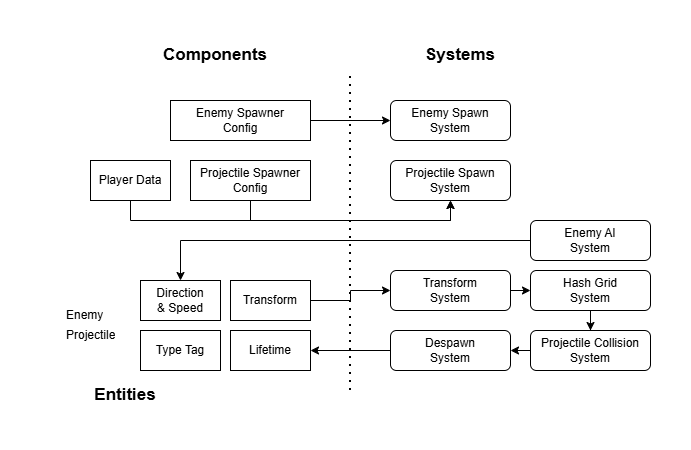
Before: architecture-diagram.png, a diagram exported from draw.io (jarnik/dots-swarm-survivor). Source tidied: cells renumbered, new cells last; positions are measured from the earlier drawing's top-left corner, leaving out a move shared by most shapes.
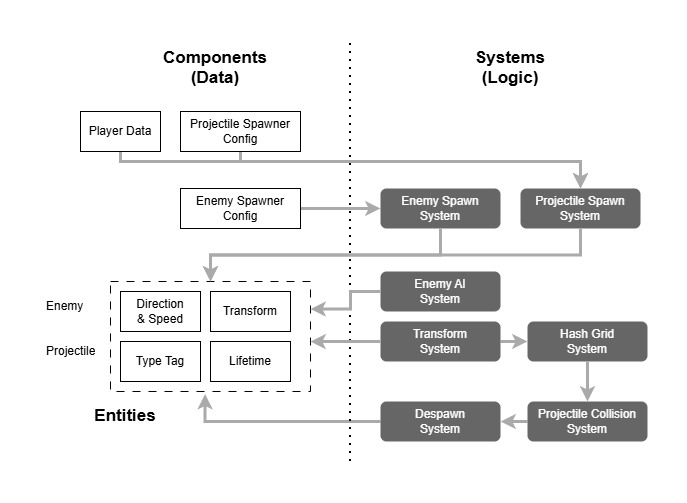
The same file after the commit.

Change to the diagram source:
```diff
@@ -2,109 +2,126 @@
   <root>
     <mxCell id="0" />
     <mxCell id="1" parent="0" />
+    <mxCell id="31" style="rounded=0;whiteSpace=wrap;html=1;dashed=1;dashPattern=8 8;" parent="1" vertex="1">
+      <mxGeometry x="80" y="230" width="200" height="110" as="geometry" />
+    </mxCell>
-    <mxCell id="2" style="edgeStyle=orthogonalEdgeStyle;rounded=0;jettySize=auto;html=1;exitX=0.5;exitY=1;exitDx=0;exitDy=0;entryX=0.5;entryY=1;entryDx=0;entryDy=0;" parent="1" edge="1" source="3" target="22">
+    <mxCell id="2" style="edgeStyle=orthogonalEdgeStyle;rounded=0;jettySize=auto;html=1;exitX=0.5;exitY=1;exitDx=0;exitDy=0;entryX=0.5;entryY=0;entryDx=0;entryDy=0;strokeWidth=3;strokeColor=#AAAAAA;shape=filledEdge;" parent="1" edge="1" source="3" target="22">
       <mxGeometry relative="1" as="geometry">
         <Array as="points">
-          <mxPoint x="90" y="180" />
-          <mxPoint x="410" y="180" />
+          <mxPoint x="90" y="110" />
+          <mxPoint x="550" y="110" />
         </Array>
       </mxGeometry>
     </mxCell>
     <mxCell id="3" value="Player Data" style="rounded=0;whiteSpace=wrap;html=1;" parent="1" vertex="1">
-      <mxGeometry x="50" y="120" width="80" height="40" as="geometry" />
+      <mxGeometry x="50" y="60" width="80" height="40" as="geometry" />
     </mxCell>
-    <mxCell id="4" value="Components" style="text;strokeColor=none;fillColor=none;align=center;verticalAlign=middle;spacingLeft=4;spacingRight=4;overflow=hidden;whiteSpace=wrap;html=1;fontStyle=1;fontSize=17;" parent="1" vertex="1">
-      <mxGeometry x="90" width="170" height="30" as="geometry" />
+    <mxCell id="4" value="Components&lt;div&gt;(Data)&lt;/div&gt;" style="text;strokeColor=none;fillColor=none;align=center;verticalAlign=top;spacingLeft=4;spacingRight=4;overflow=hidden;whiteSpace=wrap;html=1;fontStyle=1;fontSize=17;" parent="1" vertex="1">
+      <mxGeometry x="100" y="-10" width="170" height="50" as="geometry" />
     </mxCell>
-    <mxCell id="5" value="Systems" style="text;strokeColor=none;fillColor=none;align=center;verticalAlign=middle;spacingLeft=4;spacingRight=4;overflow=hidden;whiteSpace=wrap;html=1;fontStyle=1;fontSize=17;" parent="1" vertex="1">
-      <mxGeometry x="380" width="80" height="30" as="geometry" />
+    <mxCell id="5" value="Systems&lt;div&gt;(Logic)&lt;/div&gt;" style="text;strokeColor=none;fillColor=none;align=center;verticalAlign=top;spacingLeft=4;spacingRight=4;overflow=hidden;whiteSpace=wrap;html=1;fontStyle=1;fontSize=17;" parent="1" vertex="1">
+      <mxGeometry x="440" y="-10" width="80" height="50" as="geometry" />
     </mxCell>
-    <mxCell id="6" style="edgeStyle=orthogonalEdgeStyle;rounded=0;jettySize=auto;html=1;entryX=0;entryY=0.5;entryDx=0;entryDy=0;" parent="1" edge="1" source="7" target="17">
-      <mxGeometry relative="1" as="geometry" />
+    <mxCell id="6" style="edgeStyle=orthogonalEdgeStyle;rounded=0;jettySize=auto;html=1;entryX=0;entryY=0.5;entryDx=0;entryDy=0;strokeWidth=3;strokeColor=#AAAAAA;shape=filledEdge;" parent="1" edge="1" target="17">
+      <mxGeometry relative="1" as="geometry">
+        <mxPoint x="270" y="157" as="sourcePoint" />
+      </mxGeometry>
     </mxCell>
     <mxCell id="7" value="Enemy Spawner &lt;br&gt;Config" style="rounded=0;whiteSpace=wrap;html=1;" parent="1" vertex="1">
-      <mxGeometry x="130" y="60" width="140" height="40" as="geometry" />
+      <mxGeometry x="150" y="137" width="120" height="40" as="geometry" />
     </mxCell>
     <mxCell id="8" value="Type Tag" style="rounded=0;whiteSpace=wrap;html=1;" parent="1" vertex="1">
-      <mxGeometry x="100" y="290" width="80" height="40" as="geometry" />
+      <mxGeometry x="90" y="290" width="80" height="40" as="geometry" />
     </mxCell>
     <mxCell id="9" value="Lifetime" style="rounded=0;whiteSpace=wrap;html=1;" parent="1" vertex="1">
-      <mxGeometry x="190" y="290" width="80" height="40" as="geometry" />
+      <mxGeometry x="180" y="290" width="80" height="40" as="geometry" />
     </mxCell>
     <mxCell id="10" value="Direction&lt;br&gt;&amp;amp; Speed" style="rounded=0;whiteSpace=wrap;html=1;" parent="1" vertex="1">
-      <mxGeometry x="100" y="240" width="80" height="40" as="geometry" />
+      <mxGeometry x="90" y="240" width="80" height="40" as="geometry" />
     </mxCell>
-    <mxCell id="11" style="edgeStyle=orthogonalEdgeStyle;rounded=0;jettySize=auto;html=1;exitX=0.5;exitY=1;exitDx=0;exitDy=0;entryX=0.5;entryY=1;entryDx=0;entryDy=0;" parent="1" edge="1" source="12" target="22">
+    <mxCell id="11" style="edgeStyle=orthogonalEdgeStyle;rounded=0;jettySize=auto;html=1;exitX=0.5;exitY=1;exitDx=0;exitDy=0;entryX=0.5;entryY=0;entryDx=0;entryDy=0;strokeWidth=3;strokeColor=#AAAAAA;shape=filledEdge;" parent="1" edge="1" source="12" target="22">
       <mxGeometry relative="1" as="geometry">
         <Array as="points">
-          <mxPoint x="210" y="180" />
-          <mxPoint x="410" y="180" />
+          <mxPoint x="210" y="110" />
+          <mxPoint x="550" y="110" />
         </Array>
       </mxGeometry>
     </mxCell>
     <mxCell id="12" value="Projectile Spawner &lt;br&gt;Config" style="rounded=0;whiteSpace=wrap;html=1;" parent="1" vertex="1">
-      <mxGeometry x="150" y="120" width="120" height="40" as="geometry" />
+      <mxGeometry x="150" y="60" width="120" height="40" as="geometry" />
     </mxCell>
-    <mxCell id="13" style="edgeStyle=orthogonalEdgeStyle;rounded=0;jettySize=auto;html=1;entryX=1;entryY=0.5;entryDx=0;entryDy=0;" parent="1" edge="1" source="14" target="9">
+    <mxCell id="13" style="edgeStyle=orthogonalEdgeStyle;rounded=0;jettySize=auto;html=1;entryX=0.473;entryY=1.023;entryDx=0;entryDy=0;strokeWidth=3;strokeColor=#AAAAAA;shape=filledEdge;entryPerimeter=0;" parent="1" edge="1" source="14" target="31">
       <mxGeometry relative="1" as="geometry" />
     </mxCell>
-    <mxCell id="14" value="Despawn&lt;br&gt;System" style="rounded=1;whiteSpace=wrap;html=1;" parent="1" vertex="1">
-      <mxGeometry x="350" y="290" width="120" height="40" as="geometry" />
+    <mxCell id="14" value="Despawn&lt;br&gt;System" style="rounded=1;whiteSpace=wrap;html=1;fillColor=#666666;fontColor=#FFFFFF;fontStyle=0;strokeColor=none;" parent="1" vertex="1">
+      <mxGeometry x="350" y="350" width="120" height="40" as="geometry" />
     </mxCell>
-    <mxCell id="15" style="edgeStyle=orthogonalEdgeStyle;rounded=0;jettySize=auto;html=1;" parent="1" edge="1" source="16" target="10">
-      <mxGeometry relative="1" as="geometry">
-        <Array as="points">
-          <mxPoint x="140" y="200" />
-        </Array>
-      </mxGeometry>
-    </mxCell>
-    <mxCell id="16" value="Enemy AI&lt;br&gt;System" style="rounded=1;whiteSpace=wrap;html=1;" parent="1" vertex="1">
-      <mxGeometry x="490" y="180" width="120" height="40" as="geometry" />
+    <mxCell id="16" value="Enemy AI&lt;br&gt;System" style="rounded=1;whiteSpace=wrap;html=1;fillColor=#666666;fontColor=#FFFFFF;fontStyle=0;strokeColor=none;" parent="1" vertex="1">
+      <mxGeometry x="350" y="220" width="120" height="40" as="geometry" />
     </mxCell>
-    <mxCell id="17" value="Enemy Spawn&lt;br&gt;System" style="rounded=1;whiteSpace=wrap;html=1;" parent="1" vertex="1">
-      <mxGeometry x="350" y="60" width="120" height="40" as="geometry" />
+    <mxCell id="17" value="Enemy Spawn&lt;br&gt;System" style="rounded=1;whiteSpace=wrap;html=1;fillColor=#666666;fontColor=#FFFFFF;fontStyle=0;strokeColor=none;" parent="1" vertex="1">
+      <mxGeometry x="350" y="137" width="120" height="40" as="geometry" />
     </mxCell>
-    <mxCell id="18" style="edgeStyle=orthogonalEdgeStyle;rounded=0;jettySize=auto;html=1;" parent="1" edge="1" source="19" target="21">
-      <mxGeometry relative="1" as="geometry" />
-    </mxCell>
-    <mxCell id="19" value="Hash Grid&lt;br&gt;System" style="rounded=1;whiteSpace=wrap;html=1;" parent="1" vertex="1">
-      <mxGeometry x="490" y="230" width="120" height="40" as="geometry" />
+    <mxCell id="19" value="Hash Grid&lt;br&gt;System" style="rounded=1;whiteSpace=wrap;html=1;fillColor=#666666;fontColor=#FFFFFF;fontStyle=0;strokeColor=none;" parent="1" vertex="1">
+      <mxGeometry x="497" y="270" width="120" height="40" as="geometry" />
     </mxCell>
-    <mxCell id="20" style="edgeStyle=orthogonalEdgeStyle;rounded=0;jettySize=auto;html=1;exitX=0;exitY=0.5;exitDx=0;exitDy=0;entryX=1;entryY=0.5;entryDx=0;entryDy=0;" parent="1" edge="1" source="21" target="14">
+    <mxCell id="20" style="edgeStyle=orthogonalEdgeStyle;rounded=0;jettySize=auto;html=1;exitX=0;exitY=0.5;exitDx=0;exitDy=0;entryX=1;entryY=0.5;entryDx=0;entryDy=0;strokeWidth=3;strokeColor=#AAAAAA;shape=filledEdge;" parent="1" edge="1" source="21" target="14">
       <mxGeometry relative="1" as="geometry" />
     </mxCell>
-    <mxCell id="21" value="Projectile Collision&lt;br&gt;System" style="rounded=1;whiteSpace=wrap;html=1;" parent="1" vertex="1">
-      <mxGeometry x="490" y="290" width="120" height="40" as="geometry" />
+    <mxCell id="21" value="Projectile Collision&lt;br&gt;System" style="rounded=1;whiteSpace=wrap;html=1;fillColor=#666666;fontColor=#FFFFFF;fontStyle=0;strokeColor=none;" parent="1" vertex="1">
+      <mxGeometry x="497" y="350" width="120" height="40" as="geometry" />
     </mxCell>
-    <mxCell id="22" value="Projectile Spawn&lt;br&gt;System" style="rounded=1;whiteSpace=wrap;html=1;" parent="1" vertex="1">
-      <mxGeometry x="350" y="120" width="120" height="40" as="geometry" />
+    <mxCell id="22" value="Projectile Spawn&lt;br&gt;System" style="rounded=1;whiteSpace=wrap;html=1;fillColor=#666666;fontColor=#FFFFFF;fontStyle=0;strokeColor=none;" parent="1" vertex="1">
+      <mxGeometry x="490" y="137" width="120" height="40" as="geometry" />
     </mxCell>
-    <mxCell id="23" style="edgeStyle=orthogonalEdgeStyle;rounded=0;jettySize=auto;html=1;exitX=1;exitY=0.5;exitDx=0;exitDy=0;entryX=0;entryY=0.5;entryDx=0;entryDy=0;" parent="1" edge="1" source="24" target="19">
+    <mxCell id="23" style="edgeStyle=orthogonalEdgeStyle;rounded=0;jettySize=auto;html=1;exitX=1;exitY=0.5;exitDx=0;exitDy=0;entryX=0;entryY=0.5;entryDx=0;entryDy=0;strokeWidth=3;strokeColor=#AAAAAA;shape=filledEdge;" parent="1" edge="1" source="24" target="19">
       <mxGeometry relative="1" as="geometry" />
     </mxCell>
-    <mxCell id="24" value="Transform&lt;br&gt;System" style="rounded=1;whiteSpace=wrap;html=1;" parent="1" vertex="1">
-      <mxGeometry x="350" y="230" width="120" height="40" as="geometry" />
+    <mxCell id="24" value="Transform&lt;br&gt;System" style="rounded=1;whiteSpace=wrap;html=1;fillColor=#666666;fontColor=#FFFFFF;fontStyle=0;strokeColor=none;" parent="1" vertex="1">
+      <mxGeometry x="350" y="270" width="120" height="40" as="geometry" />
     </mxCell>
-    <mxCell id="25" style="edgeStyle=orthogonalEdgeStyle;rounded=0;jettySize=auto;html=1;entryX=0;entryY=0.5;entryDx=0;entryDy=0;" parent="1" edge="1" source="26" target="24">
-      <mxGeometry relative="1" as="geometry" />
-    </mxCell>
     <mxCell id="26" value="Transform" style="rounded=0;whiteSpace=wrap;html=1;" parent="1" vertex="1">
-      <mxGeometry x="190" y="240" width="80" height="40" as="geometry" />
+      <mxGeometry x="180" y="240" width="80" height="40" as="geometry" />
     </mxCell>
     <mxCell id="27" value="Enemy" style="text;strokeColor=none;fillColor=none;align=left;verticalAlign=middle;spacingLeft=4;spacingRight=4;overflow=hidden;whiteSpace=wrap;html=1;" parent="1" vertex="1">
-      <mxGeometry x="20" y="260" width="80" height="30" as="geometry" />
+      <mxGeometry x="10" y="240" width="80" height="30" as="geometry" />
     </mxCell>
     <mxCell id="28" value="Projectile" style="text;strokeColor=none;fillColor=none;align=left;verticalAlign=middle;spacingLeft=4;spacingRight=4;overflow=hidden;whiteSpace=wrap;html=1;" parent="1" vertex="1">
-      <mxGeometry x="20" y="280" width="80" height="30" as="geometry" />
+      <mxGeometry x="10" y="290" width="80" height="20" as="geometry" />
     </mxCell>
-    <mxCell id="29" style="endArrow=none;dashed=1;html=1;dashPattern=1 3;strokeWidth=2;rounded=0;" parent="1" edge="1">
+    <mxCell id="29" style="endArrow=none;dashed=1;html=1;dashPattern=1 3;strokeWidth=2;rounded=0;fontColor=#7E7E7E;" parent="1" edge="1">
       <mxGeometry relative="1" as="geometry">
-        <mxPoint x="310" y="350" as="sourcePoint" />
-        <mxPoint x="310" y="30" as="targetPoint" />
+        <mxPoint x="320" y="410" as="sourcePoint" />
+        <mxPoint x="320" y="-10" as="targetPoint" />
       </mxGeometry>
     </mxCell>
     <mxCell id="30" value="Entities" style="text;strokeColor=none;fillColor=none;align=center;verticalAlign=middle;spacingLeft=4;spacingRight=4;overflow=hidden;whiteSpace=wrap;html=1;fontStyle=1;fontSize=17;" parent="1" vertex="1">
-      <mxGeometry y="340" width="170" height="30" as="geometry" />
+      <mxGeometry x="10" y="350" width="170" height="30" as="geometry" />
     </mxCell>
+    <mxCell id="18" style="edgeStyle=orthogonalEdgeStyle;rounded=0;jettySize=auto;html=1;exitX=0.5;exitY=1;exitDx=0;exitDy=0;entryX=0.5;entryY=0;entryDx=0;entryDy=0;strokeWidth=3;strokeColor=#AAAAAA;shape=filledEdge;" parent="1" edge="1" source="19" target="21">
+      <mxGeometry relative="1" as="geometry" />
+    </mxCell>
+    <mxCell id="32" style="edgeStyle=orthogonalEdgeStyle;rounded=0;jettySize=auto;html=1;strokeWidth=3;strokeColor=#AAAAAA;shape=filledEdge;exitX=0.5;exitY=1;exitDx=0;exitDy=0;" parent="1" edge="1" source="17" target="31">
+      <mxGeometry relative="1" as="geometry" />
+    </mxCell>
+    <mxCell id="33" style="edgeStyle=orthogonalEdgeStyle;rounded=0;jettySize=auto;html=1;strokeWidth=3;strokeColor=#AAAAAA;shape=filledEdge;exitX=0.5;exitY=1;exitDx=0;exitDy=0;entryX=0.5;entryY=0;entryDx=0;entryDy=0;" parent="1" edge="1" source="22" target="31">
+      <mxGeometry relative="1" as="geometry" />
+    </mxCell>
+    <mxCell id="34" style="edgeStyle=orthogonalEdgeStyle;rounded=0;jettySize=auto;html=1;entryX=1;entryY=0.545;entryDx=0;entryDy=0;strokeWidth=3;strokeColor=#AAAAAA;shape=filledEdge;exitX=0;exitY=0.5;exitDx=0;exitDy=0;entryPerimeter=0;" parent="1" edge="1" source="24" target="31">
+      <mxGeometry relative="1" as="geometry">
+        <Array as="points">
+          <mxPoint x="290" y="290" />
+          <mxPoint x="290" y="290" />
+        </Array>
+      </mxGeometry>
+    </mxCell>
+    <mxCell id="35" style="edgeStyle=orthogonalEdgeStyle;rounded=0;jettySize=auto;html=1;entryX=1;entryY=0.25;entryDx=0;entryDy=0;strokeWidth=3;strokeColor=#AAAAAA;shape=filledEdge;exitX=0;exitY=0.5;exitDx=0;exitDy=0;" parent="1" edge="1" source="16" target="31">
+      <mxGeometry relative="1" as="geometry">
+        <Array as="points">
+          <mxPoint x="320" y="240" />
+          <mxPoint x="320" y="258" />
+        </Array>
+      </mxGeometry>
+    </mxCell>
   </root>
 </mxGraphModel>
```
